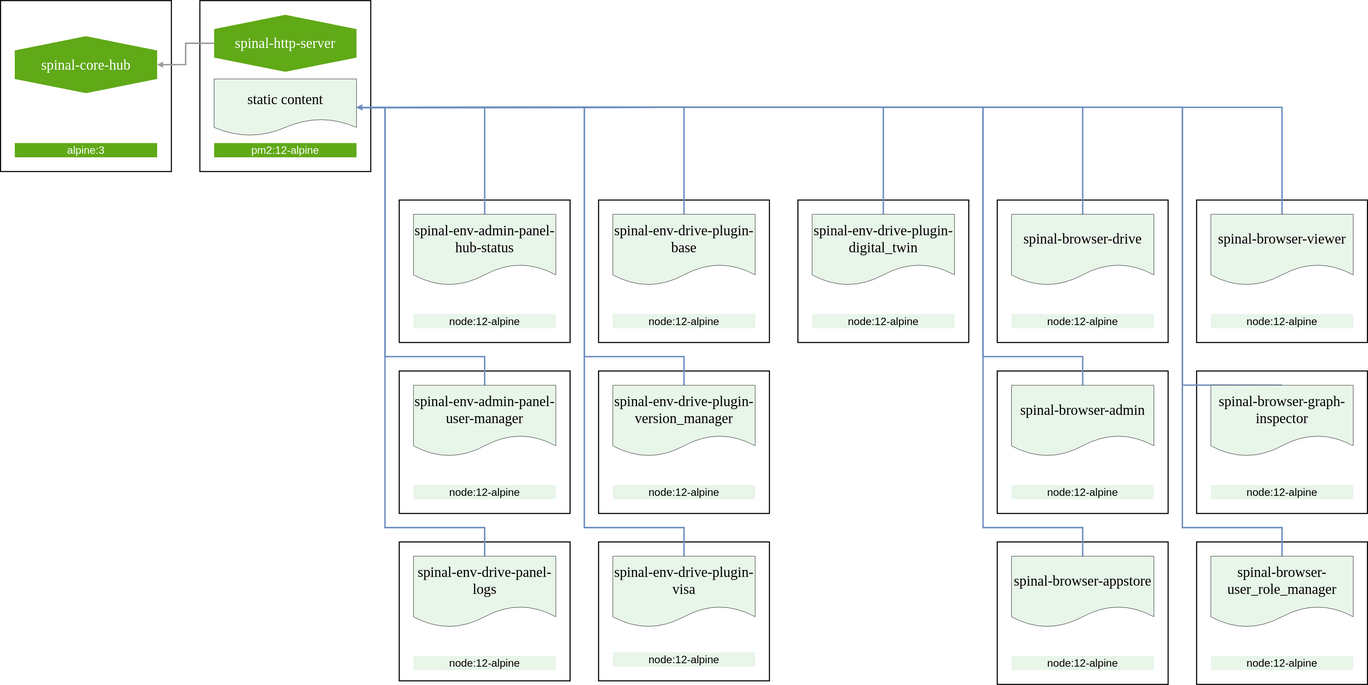
Above: docs/diagrams/architecture_v0.0.1.drawio.svg in fjudith/spinalker (draw.io), before the change. Source tidied: cells renumbered, new cells last; positions are measured from the earlier drawing's top-left corner, leaving out a move shared by most shapes.
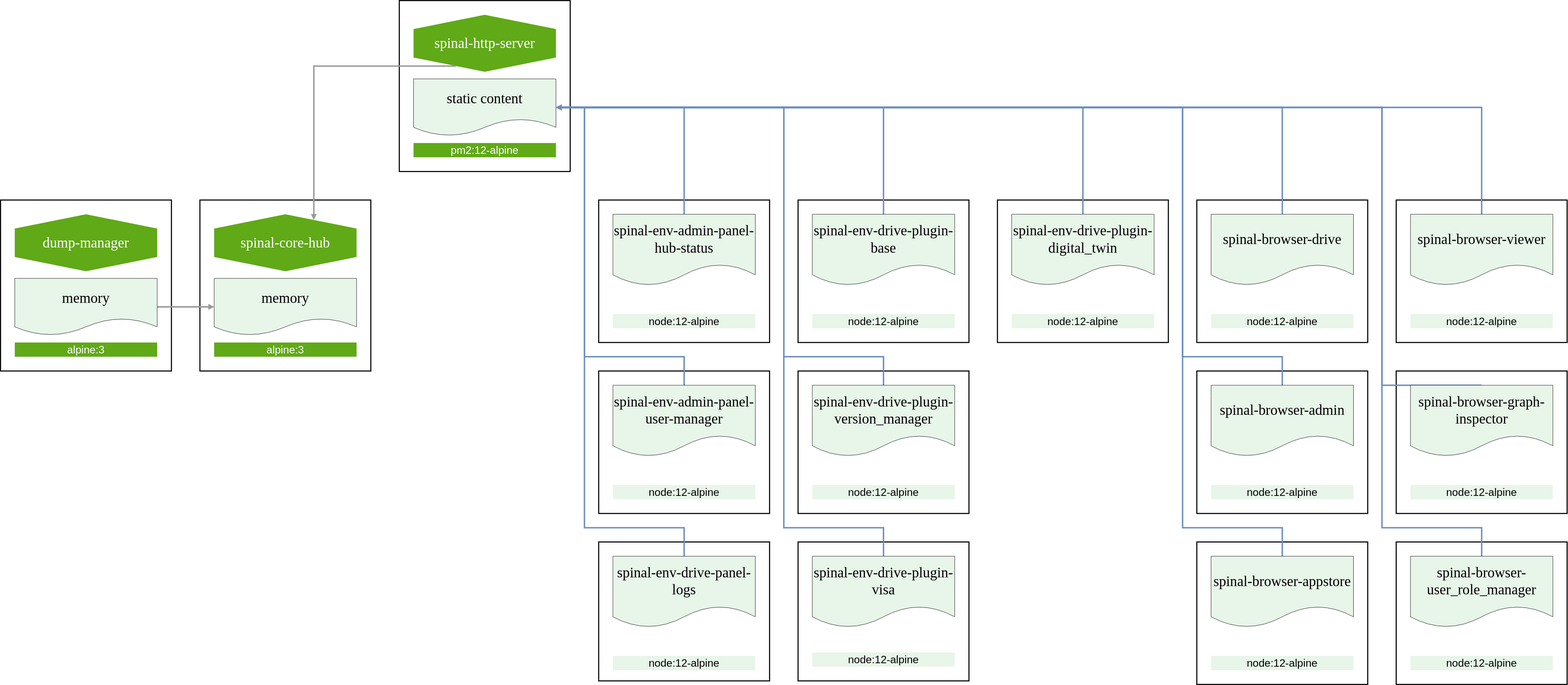
The same file after the commit.

Commit message:
# Fixed Spinalhub redirection

Diff of the diagram source:
```diff
@@ -15,13 +15,13 @@
       <mxGeometry x="1160" y="600" width="400" height="200" as="geometry" />
     </mxCell>
     <mxCell id="6" style="whiteSpace=wrap;html=1;rounded=0;sketch=0;fillColor=none;strokeWidth=3;" parent="1" vertex="1">
-      <mxGeometry width="480" height="480" as="geometry" />
+      <mxGeometry y="560" width="480" height="480" as="geometry" />
     </mxCell>
     <mxCell id="7" value="spinal-core-hub" style="shape=hexagon;html=1;whiteSpace=wrap;perimeter=hexagonPerimeter;rounded=0;fontSize=40;align=center;direction=south;fontFamily=Verdana;fillColor=#60a917;fontColor=#ffffff;strokeColor=none;" parent="1" vertex="1">
-      <mxGeometry x="40" y="100" width="400" height="160" as="geometry" />
+      <mxGeometry x="40" y="600" width="400" height="160" as="geometry" />
     </mxCell>
     <mxCell id="8" value="alpine:3" style="rounded=0;whiteSpace=wrap;html=1;fontSize=30;align=center;fillColor=#60a917;strokeWidth=3;fontColor=#ffffff;strokeColor=none;" parent="1" vertex="1">
-      <mxGeometry x="40" y="400" width="400" height="40" as="geometry" />
+      <mxGeometry x="40" y="960" width="400" height="40" as="geometry" />
     </mxCell>
     <mxCell id="9" style="whiteSpace=wrap;html=1;rounded=0;sketch=0;fillColor=none;strokeWidth=3;" parent="1" vertex="1">
       <mxGeometry x="560" width="480" height="480" as="geometry" />
@@ -35,7 +35,7 @@
     <mxCell id="12" value="&lt;span style=&quot;font-family: &amp;#34;verdana&amp;#34; ; font-size: 40px&quot;&gt;static content&lt;/span&gt;" style="shape=document;whiteSpace=wrap;html=1;boundedLbl=1;fillColor=#E8F5E9;fontColor=#000000;" parent="1" vertex="1">
       <mxGeometry x="600" y="220" width="400" height="160" as="geometry" />
     </mxCell>
-    <mxCell id="13" style="edgeStyle=orthogonalEdgeStyle;rounded=0;jettySize=auto;html=1;exitX=0.5;exitY=1;exitDx=0;exitDy=0;entryX=0.5;entryY=0;entryDx=0;entryDy=0;endArrow=block;endFill=1;strokeColor=#999999;strokeWidth=4;fontFamily=Arial;fontSize=20;fontColor=#005700;startArrow=none;startFill=0;" parent="1" edge="1" source="10" target="7">
+    <mxCell id="13" style="edgeStyle=orthogonalEdgeStyle;rounded=0;jettySize=auto;html=1;exitX=1;exitY=0.75;exitDx=0;exitDy=0;entryX=0;entryY=0.25;entryDx=0;entryDy=0;endArrow=block;endFill=1;strokeColor=#999999;strokeWidth=4;fontFamily=Arial;fontSize=20;fontColor=#005700;startArrow=none;startFill=0;" parent="1" edge="1" source="10" target="7">
       <mxGeometry relative="1" as="geometry" />
     </mxCell>
     <mxCell id="14" style="rounded=0;whiteSpace=wrap;html=1;fillColor=none;fontColor=#f0f0f0;strokeWidth=3;sketch=0;" parent="1" vertex="1">
@@ -229,5 +229,23 @@
     <mxCell id="61" value="&lt;font face=&quot;verdana&quot;&gt;&lt;span style=&quot;font-size: 40px&quot;&gt;spinal-browser-viewer&lt;/span&gt;&lt;/font&gt;" style="shape=document;whiteSpace=wrap;html=1;boundedLbl=1;fillColor=#E8F5E9;fontColor=#000000;" parent="1" vertex="1">
       <mxGeometry x="3400" y="600" width="400" height="200" as="geometry" />
     </mxCell>
+    <mxCell id="62" value="&lt;span style=&quot;font-family: &amp;#34;verdana&amp;#34; ; font-size: 40px&quot;&gt;memory&lt;/span&gt;" style="shape=document;whiteSpace=wrap;html=1;boundedLbl=1;fillColor=#E8F5E9;fontColor=#000000;" parent="1" vertex="1">
+      <mxGeometry x="40" y="780" width="400" height="160" as="geometry" />
+    </mxCell>
+    <mxCell id="63" style="whiteSpace=wrap;html=1;rounded=0;sketch=0;fillColor=none;strokeWidth=3;" parent="1" vertex="1">
+      <mxGeometry x="-560" y="560" width="480" height="480" as="geometry" />
+    </mxCell>
+    <mxCell id="64" value="dump-manager" style="shape=hexagon;html=1;whiteSpace=wrap;perimeter=hexagonPerimeter;rounded=0;fontSize=40;align=center;direction=south;fontFamily=Verdana;fillColor=#60a917;fontColor=#ffffff;strokeColor=none;" parent="1" vertex="1">
+      <mxGeometry x="-520" y="600" width="400" height="160" as="geometry" />
+    </mxCell>
+    <mxCell id="65" value="alpine:3" style="rounded=0;whiteSpace=wrap;html=1;fontSize=30;align=center;fillColor=#60a917;strokeWidth=3;fontColor=#ffffff;strokeColor=none;" parent="1" vertex="1">
+      <mxGeometry x="-520" y="960" width="400" height="40" as="geometry" />
+    </mxCell>
+    <mxCell id="66" style="edgeStyle=orthogonalEdgeStyle;rounded=0;jettySize=auto;html=1;exitX=1;exitY=0.5;exitDx=0;exitDy=0;entryX=0;entryY=0.5;entryDx=0;entryDy=0;fontFamily=Arial;fontSize=20;fontColor=#005700;strokeColor=#999999;strokeWidth=4;endFill=1;endArrow=block;startFill=0;" parent="1" edge="1" source="67" target="62">
+      <mxGeometry relative="1" as="geometry" />
+    </mxCell>
+    <mxCell id="67" value="&lt;span style=&quot;font-family: &amp;#34;verdana&amp;#34; ; font-size: 40px&quot;&gt;memory&lt;/span&gt;" style="shape=document;whiteSpace=wrap;html=1;boundedLbl=1;fillColor=#E8F5E9;fontColor=#000000;" parent="1" vertex="1">
+      <mxGeometry x="-520" y="780" width="400" height="160" as="geometry" />
+    </mxCell>
   </root>
 </mxGraphModel>
```
